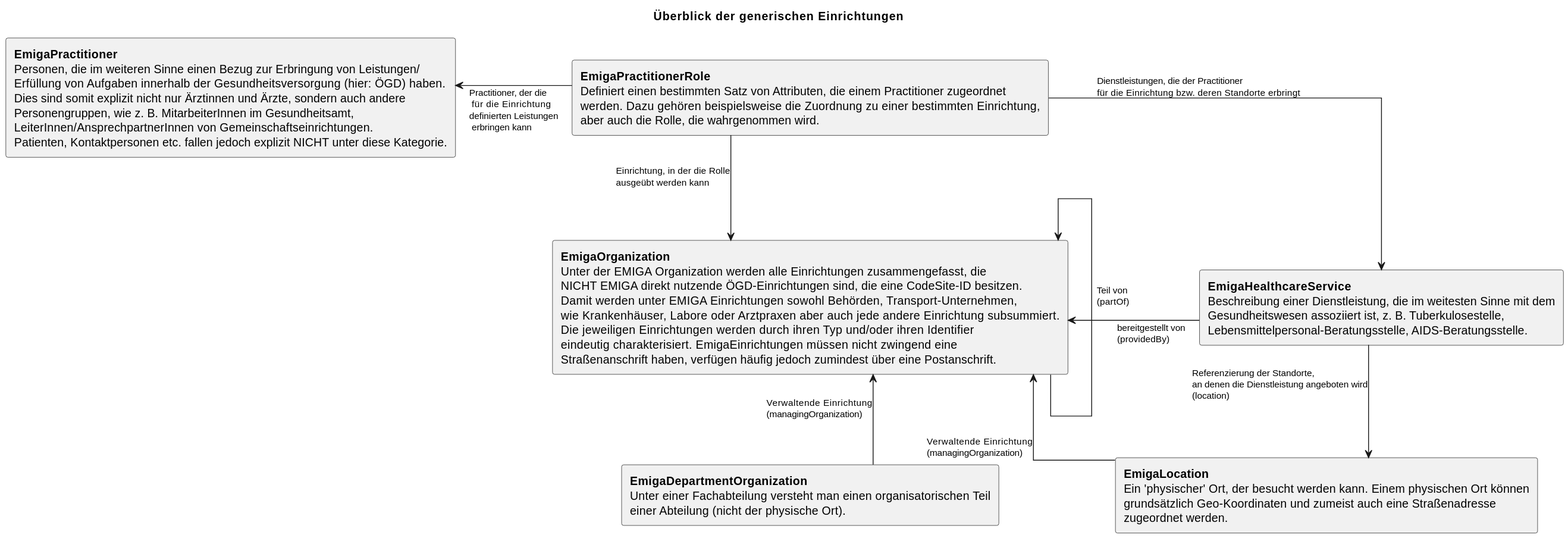
Above: rki.emiga.vzd/guides/implementationguides.vzd/PlantUML/SVGs/GenericOrganizationOverview.svg in robert-koch-institut/rki.emiga.vzd (PlantUML), before the change.
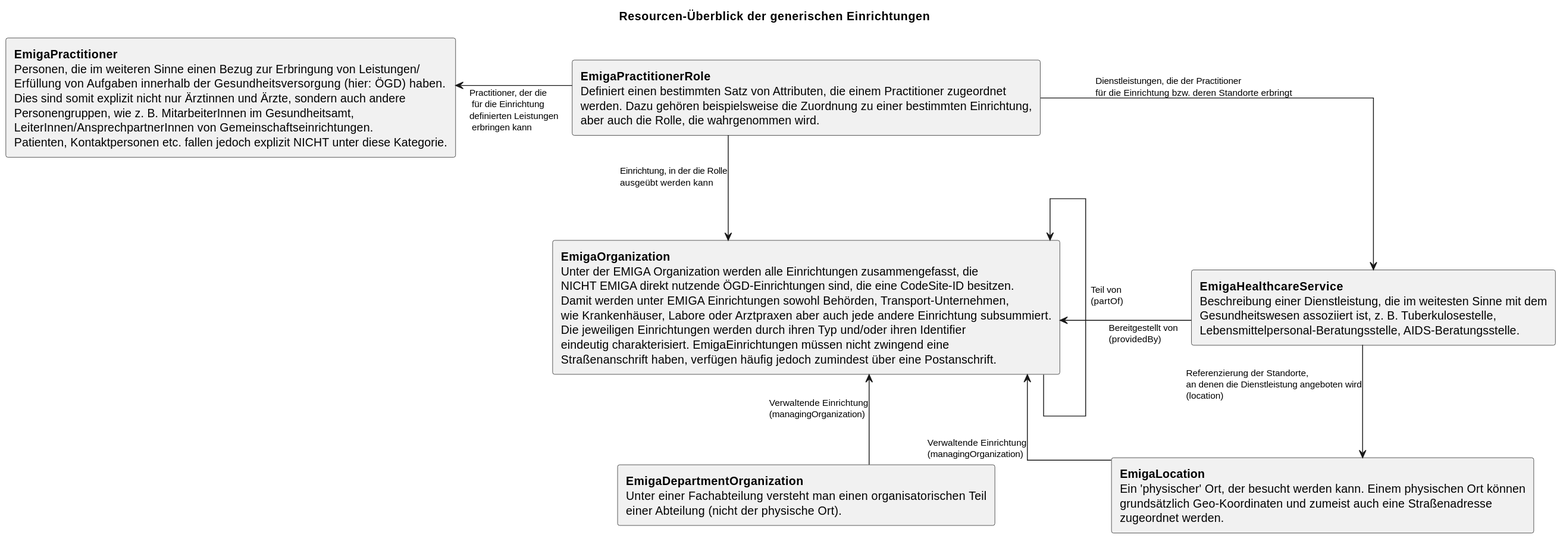
The same diagram one commit later.

Diff of the diagram source:
```diff
@@ -1,5 +1,5 @@
 @startuml
-title Überblick der generischen Organisationen
+title Resourcen-Überblick der generischen Einrichtungen
 
 top to bottom direction
 
@@ -18,11 +18,11 @@
 
 rectangle "**EmigaLocation**\nEin 'physischer' Ort, der besucht werden kann. Einem physischen Ort können\ngrundsätzlich Geo-Koordinaten und zumeist auch eine Straßenadresse\nzugeordnet werden." as EmigaLocation
 
-rectangle "**EmigaOrganization**\nUnter der EMIGA Organization werden alle Organisationen zusammengefasst, die\nNICHT EMIGA direkt nutzende ÖGD-Organisationen sind, die eine CodeSite-ID besitzen.\nDamit werden unter EMIGA Organisationen sowohl Behörden, Transport-Unternehmen,\nwie Krankenhäuser, Labore oder Arztpraxen aber auch jede andere Organisation subsummiert.\nDie jeweiligen Organisationen werden durch ihren Typ und/oder ihren Identifier\neindeutig charakterisiert. EmigaOrganisationen müssen nicht zwingend eine\nStraßenanschrift haben, verfügen häufig jedoch zumindest über eine Postanschrift." as EmigaOrganization
+rectangle "**EmigaOrganization**\nUnter der EMIGA Organization werden alle Einrichtungen zusammengefasst, die\nNICHT EMIGA direkt nutzende ÖGD-Einrichtungen sind, die eine CodeSite-ID besitzen.\nDamit werden unter EMIGA Einrichtungen sowohl Behörden, Transport-Unternehmen,\nwie Krankenhäuser, Labore oder Arztpraxen aber auch jede andere Einrichtung subsummiert.\nDie jeweiligen Einrichtungen werden durch ihren Typ und/oder ihren Identifier\neindeutig charakterisiert. EmigaEinrichtungen müssen nicht zwingend eine\nStraßenanschrift haben, verfügen häufig jedoch zumindest über eine Postanschrift." as EmigaOrganization
 
 rectangle "**EmigaPractitioner**\nPersonen, die im weiteren Sinne einen Bezug zur Erbringung von Leistungen/\nErfüllung von Aufgaben innerhalb der Gesundheitsversorgung (hier: ÖGD) haben.\nDies sind somit explizit nicht nur Ärztinnen und Ärzte, sondern auch andere\nPersonengruppen, wie z. B. MitarbeiterInnen im Gesundheitsamt,\nLeiterInnen/AnsprechpartnerInnen von Gemeinschaftseinrichtungen.\nPatienten, Kontaktpersonen etc. fallen jedoch explizit NICHT unter diese Kategorie." as EmigaPractitioner
 
-rectangle "**EmigaPractitionerRole**\nDefiniert einen bestimmten Satz von Attributen, die einem Practitioner zugeordnet\nwerden. Dazu gehören beispielsweise die Zuordnung zu einer bestimmten Organisation,\naber auch die Rolle, die wahrgenommen wird." as EmigaPractitionerRole
+rectangle "**EmigaPractitionerRole**\nDefiniert einen bestimmten Satz von Attributen, die einem Practitioner zugeordnet\nwerden. Dazu gehören beispielsweise die Zuordnung zu einer bestimmten Einrichtung,\naber auch die Rolle, die wahrgenommen wird." as EmigaPractitionerRole
 
 
 
@@ -37,19 +37,19 @@
 
 
 
-EmigaPractitionerRole -down-> EmigaOrganization : Organisation, in der die Rolle\nausgeübt werden kann
+EmigaPractitionerRole -down-> EmigaOrganization : Einrichtung, in der die Rolle\nausgeübt werden kann
 
-EmigaPractitionerRole -left-> EmigaPractitioner : Practitioner, der die\n für die Organisation\ndefinierten Leistungen\n erbringen kann
+EmigaPractitionerRole -left-> EmigaPractitioner : Practitioner, der die\n für die Einrichtung\ndefinierten Leistungen\n erbringen kann
 
-EmigaPractitionerRole -right-> EmigaHealthcareService : Dienstleistungen, die der Practitioner\nfür die Organisation bzw. deren Standorte erbringt
+EmigaPractitionerRole -right-> EmigaHealthcareService : Dienstleistungen, die der Practitioner\nfür die Einrichtung bzw. deren Standorte erbringt
 
 EmigaOrganization -left-> EmigaOrganization : Teil von\n(partOf)
 
-EmigaLocation -up-> EmigaOrganization : Verwaltende Organisation\n(managingOrganization)
+EmigaLocation -up-> EmigaOrganization : Verwaltende Einrichtung\n(managingOrganization)
 
-EmigaHealthcareService -left-> EmigaOrganization : bereitgestellt von\n(providedBy)
+EmigaHealthcareService -left-> EmigaOrganization : Bereitgestellt von\n(providedBy)
 
 EmigaHealthcareService -down-> EmigaLocation : Referenzierung der Standorte,\nan denen die Dienstleistung angeboten wird\n(location)
 
-EmigaDepartmentOrganization -up-> EmigaOrganization : Verwaltende Organisation\n(managingOrganization)
+EmigaDepartmentOrganization -up-> EmigaOrganization : Verwaltende Einrichtung\n(managingOrganization)
 @enduml
```
